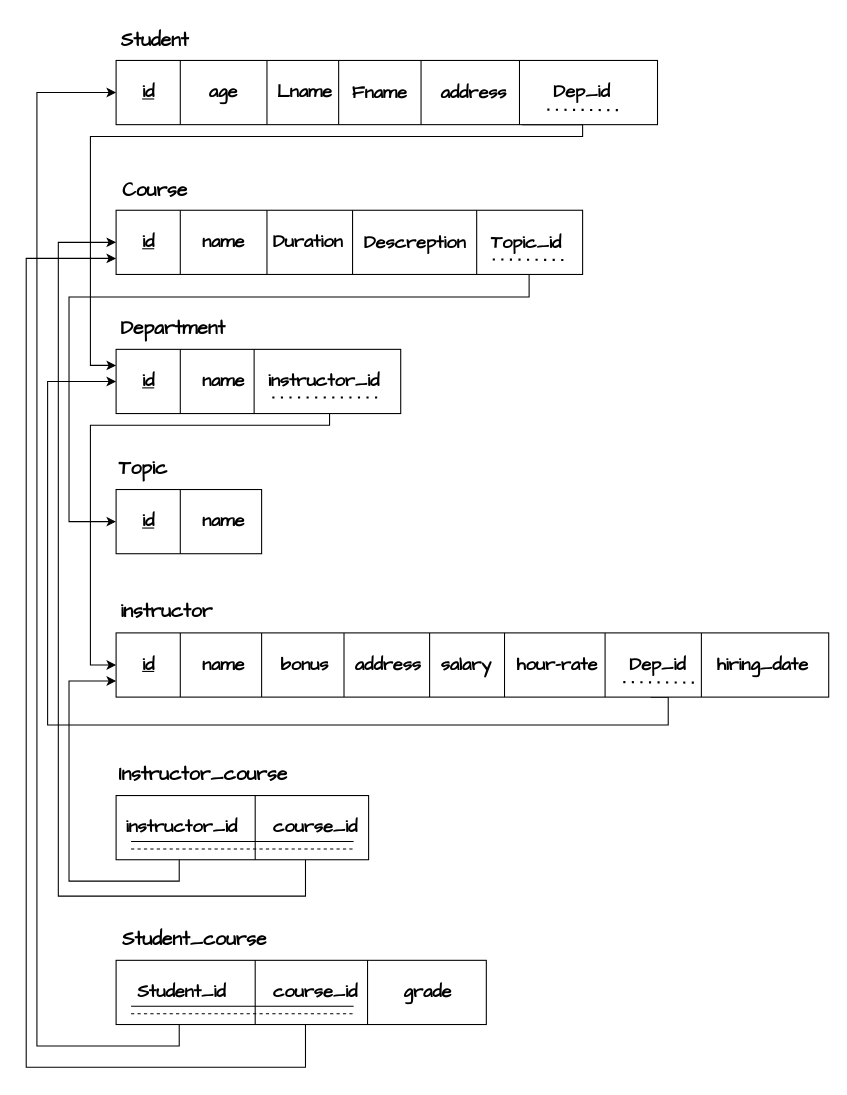
This is Mapping5.drawio from you22ef/ERDs, a draw.io file, before an edit. Source tidied: cells renumbered, new cells numbered last; positions are measured from the earlier drawing's top-left corner, leaving out a move shared by most shapes. Both pictures are drawn from the tidied source at 107%, with x=0, y=0 at pixel (26, 18).
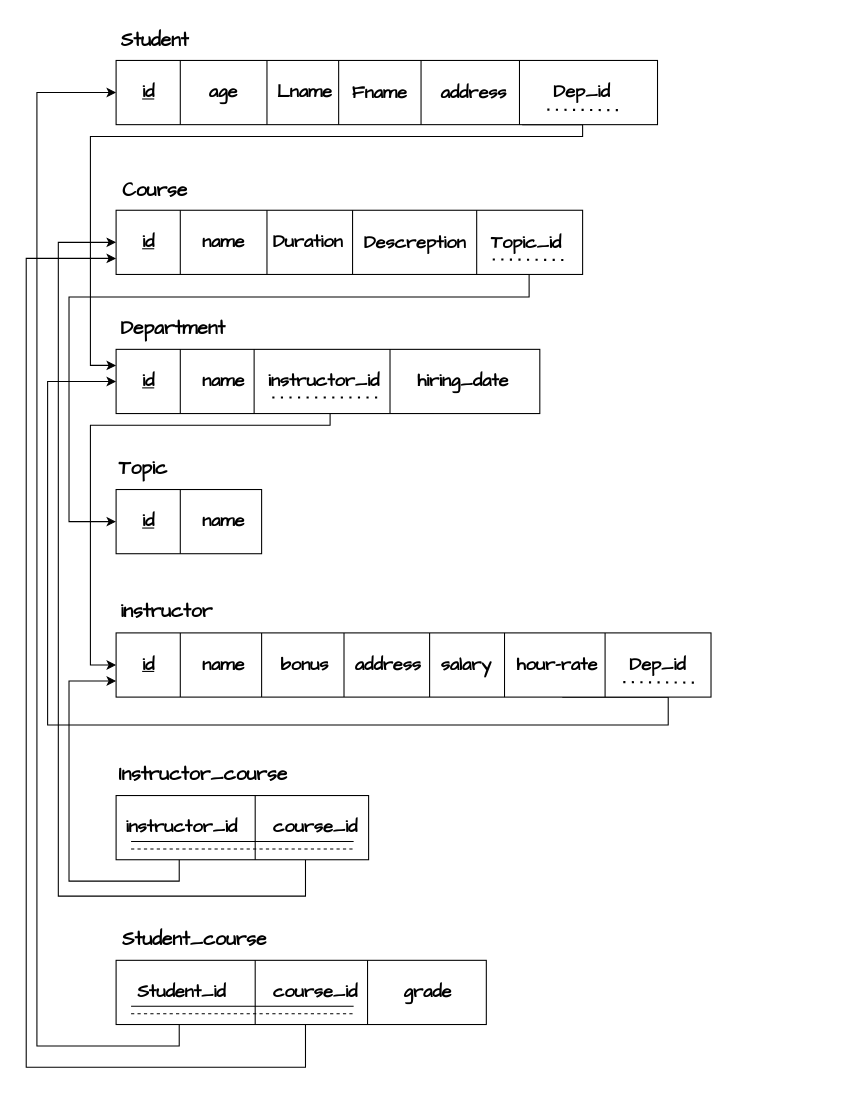
After the change.

Diff of the diagram source:
```diff
@@
     <mxCell id="26" style="rounded=0;whiteSpace=wrap;html=1;fontFamily=Architects Daughter;" parent="1" vertex="1">
-      <mxGeometry x="84" y="309" width="266" height="60" as="geometry" />
+      <mxGeometry x="84" y="309" width="396" height="60" as="geometry" />
     </mxCell>
@@
     <mxCell id="37" style="rounded=0;whiteSpace=wrap;html=1;fontFamily=Architects Daughter;" parent="1" vertex="1">
-      <mxGeometry x="84" y="574" width="666" height="60" as="geometry" />
+      <mxGeometry x="84" y="574" width="556" height="60" as="geometry" />
     </mxCell>
@@
-    <mxCell id="80" style="endArrow=none;html=1;rounded=0;fontFamily=Architects Daughter;" parent="1" edge="1">
-      <mxGeometry relative="1" as="geometry">
-        <mxPoint x="631" y="634" as="sourcePoint" />
-        <mxPoint x="631" y="574" as="targetPoint" />
-      </mxGeometry>
-    </mxCell>
-    <mxCell id="81" value="&lt;font style=&quot;font-size: 17px;&quot;&gt;&lt;b&gt;hiring_date&lt;/b&gt;&lt;/font&gt;" style="text;html=1;align=center;verticalAlign=middle;strokeColor=none;fillColor=none;fontFamily=Architects Daughter;" parent="1" vertex="1">
-      <mxGeometry x="633" y="589" width="110" height="30" as="geometry" />
-    </mxCell>
@@
+    <mxCell id="84" style="endArrow=none;html=1;rounded=0;fontFamily=Architects Daughter;" parent="1" edge="1">
+      <mxGeometry relative="1" as="geometry">
+        <mxPoint x="340" y="369" as="sourcePoint" />
+        <mxPoint x="340" y="309" as="targetPoint" />
+      </mxGeometry>
+    </mxCell>
+    <mxCell id="81" value="&lt;font style=&quot;font-size: 17px;&quot;&gt;&lt;b&gt;hiring_date&lt;/b&gt;&lt;/font&gt;" style="text;html=1;align=center;verticalAlign=middle;strokeColor=none;fillColor=none;fontFamily=Architects Daughter;" parent="1" vertex="1">
+      <mxGeometry x="353" y="324" width="110" height="30" as="geometry" />
+    </mxCell>
```
